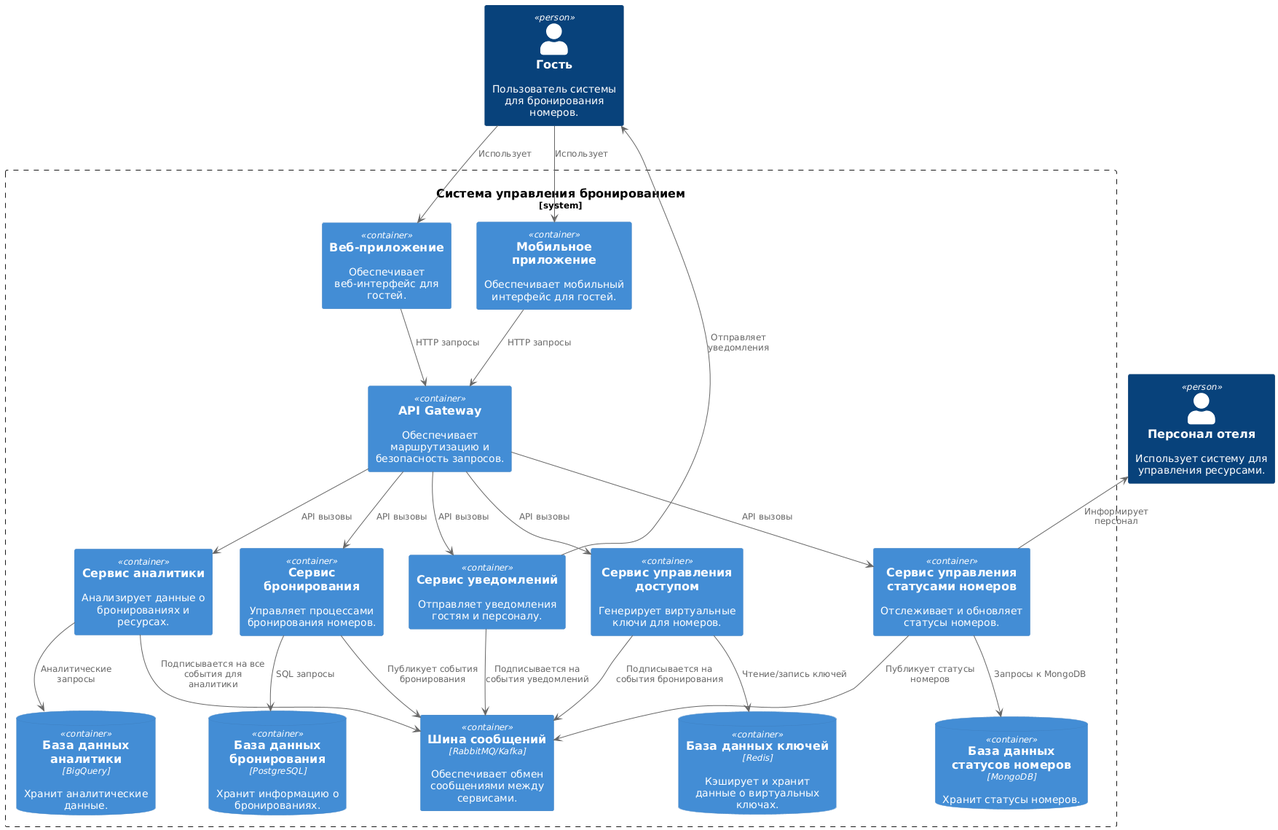
Above: res/hm_04_01.png in mrsolodov/sahomeworks (PlantUML), before the change.
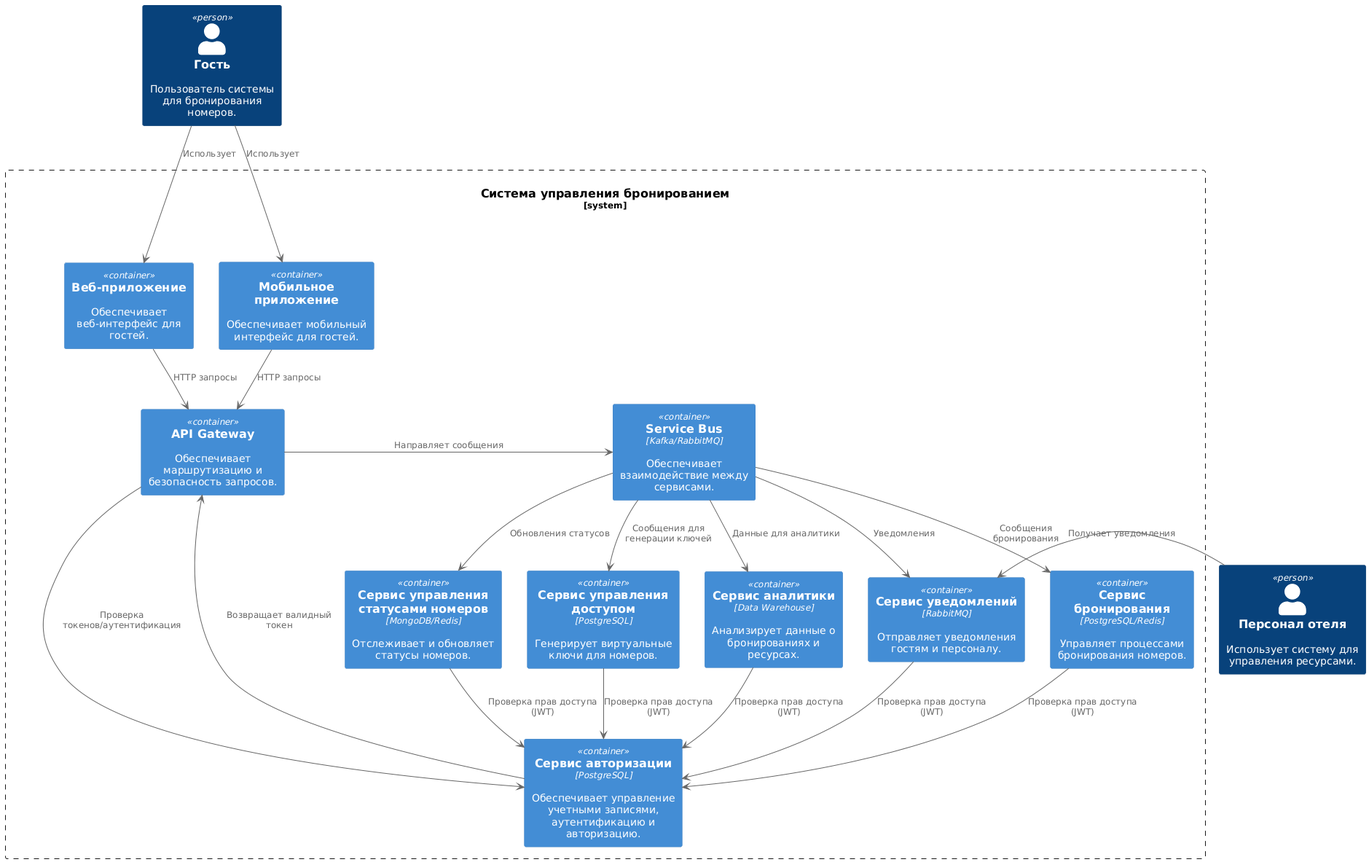
Later version of the same file.

The edit, as a diff of the source:
```diff
@@ -10,43 +10,38 @@
   Container(mobile_app, "Мобильное приложение", "", "Обеспечивает мобильный интерфейс для гостей.")
   Container(api_gateway, "API Gateway", "", "Обеспечивает маршрутизацию и безопасность запросов.")
 
-  Container(booking_service, "Сервис бронирования", "", "Управляет процессами бронирования номеров.")
-  Container(room_status_service, "Сервис управления статусами номеров", "", "Отслеживает и обновляет статусы номеров.")
-  Container(access_control_service, "Сервис управления доступом", "", "Генерирует виртуальные ключи для номеров.")
-  Container(notification_service, "Сервис уведомлений", "", "Отправляет уведомления гостям и персоналу.")
-  Container(analytics_service, "Сервис аналитики", "", "Анализирует данные о бронированиях и ресурсах.")
+  Container(auth_service, "Сервис авторизации", "PostgreSQL", "Обеспечивает управление учетными записями, аутентификацию и авторизацию.")
 
-  ContainerDb(booking_db, "База данных бронирования", "PostgreSQL", "Хранит информацию о бронированиях.")
-  ContainerDb(room_status_db, "База данных статусов номеров", "MongoDB", "Хранит статусы номеров.")
-  ContainerDb(access_control_db, "База данных ключей", "Redis", "Кэширует и хранит данные о виртуальных ключах.")
-  ContainerDb(analytics_db, "База данных аналитики", "BigQuery", "Хранит аналитические данные.")
+  Container(booking_service, "Сервис бронирования", "PostgreSQL/Redis", "Управляет процессами бронирования номеров.")
+  Container(room_status_service, "Сервис управления статусами номеров", "MongoDB/Redis", "Отслеживает и обновляет статусы номеров.")
+  Container(access_control_service, "Сервис управления доступом", "PostgreSQL", "Генерирует виртуальные ключи для номеров.")
+  Container(notification_service, "Сервис уведомлений", "RabbitMQ", "Отправляет уведомления гостям и персоналу.")
+  Container(analytics_service, "Сервис аналитики", "Data Warehouse", "Анализирует данные о бронированиях и ресурсах.")
 
-  Container(message_bus, "Шина сообщений", "RabbitMQ/Kafka", "Обеспечивает обмен сообщениями между сервисами.")
-
+  Container(service_bus, "Service Bus", "Kafka/RabbitMQ", "Обеспечивает взаимодействие между сервисами.")
 }
 
-hotel_staff <-- room_status_service : Информирует персонал
 customer --> web_app : Использует
 customer --> mobile_app : Использует
 web_app --> api_gateway : HTTP запросы
 mobile_app --> api_gateway : HTTP запросы
 
-api_gateway --> booking_service : API вызовы
-api_gateway --> room_status_service : API вызовы
-api_gateway --> access_control_service : API вызовы
-api_gateway --> notification_service : API вызовы
-api_gateway --> analytics_service : API вызовы
+api_gateway --> auth_service : Проверка токенов/аутентификация
+auth_service --> api_gateway : Возвращает валидный токен
 
-booking_service --> booking_db : SQL запросы
-room_status_service --> room_status_db : Запросы к MongoDB
-access_control_service --> access_control_db : Чтение/запись ключей
-analytics_service --> analytics_db : Аналитические запросы
+api_gateway -> service_bus : Направляет сообщения
 
-notification_service -> customer : Отправляет уведомления
+service_bus --> booking_service : Сообщения бронирования
+service_bus --> room_status_service : Обновления статусов
+service_bus --> access_control_service : Сообщения для генерации ключей
+service_bus --> notification_service : Уведомления
+service_bus --> analytics_service : Данные для аналитики
 
-booking_service --> message_bus : Публикует события бронирования
-room_status_service --> message_bus : Публикует статусы номеров
-access_control_service --> message_bus : Подписывается на события бронирования
-analytics_service --> message_bus : Подписывается на все события для аналитики
-notification_service --> message_bus : Подписывается на события уведомлений
+booking_service --> auth_service : Проверка прав доступа (JWT)
+room_status_service --> auth_service : Проверка прав доступа (JWT)
+access_control_service --> auth_service : Проверка прав доступа (JWT)
+notification_service --> auth_service : Проверка прав доступа (JWT)
+analytics_service --> auth_service : Проверка прав доступа (JWT)
+
+hotel_staff -> notification_service : Получает уведомления
 @enduml
```
